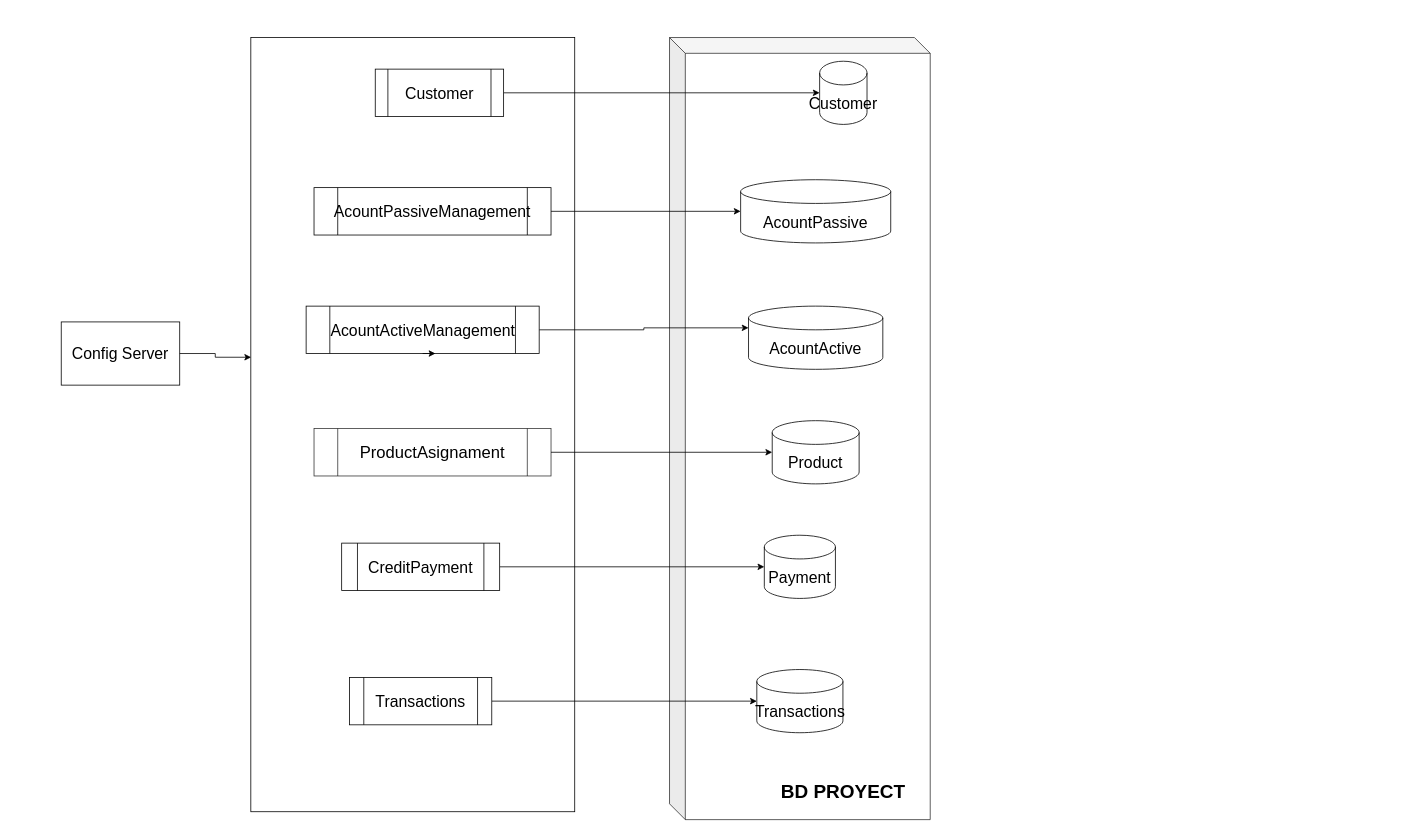
Above: ArquitectureMicroservice.drawio in MEgusquiza/InitialVersionProject (draw.io), before the change. Source tidied: cells renumbered, new cells numbered last; positions are measured from the earlier drawing's top-left corner, leaving out a move shared by most shapes. Both pictures are drawn from the tidied source at 79%, with x=0, y=0 at pixel (61, 37).
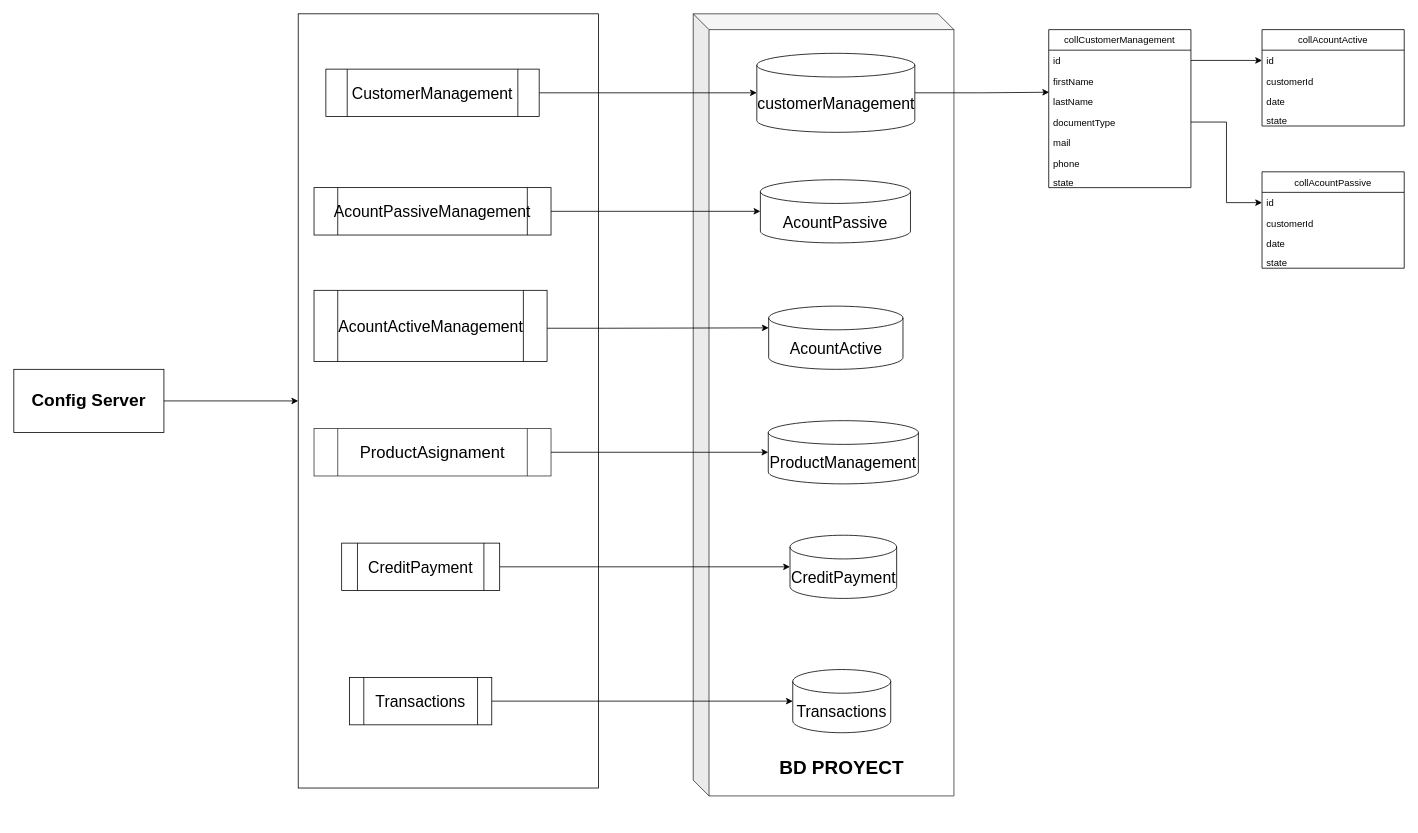
The same diagram, later.

Commit message (it also covers changes not shown here):
se añade script de BD y nuevo diagrama de arquitectura de micro servicio

Change to the diagram source:
```diff
@@
     <mxCell id="2" style="edgeStyle=orthogonalEdgeStyle;rounded=0;jettySize=auto;html=1;entryX=0;entryY=0;entryDx=0;entryDy=27.5;entryPerimeter=0;" parent="1" edge="1" source="3" target="11">
-      <mxGeometry relative="1" as="geometry" />
+      <mxGeometry relative="1" as="geometry">
+        <Array as="points">
+          <mxPoint x="690" y="368" />
+          <mxPoint x="690" y="368" />
+        </Array>
+      </mxGeometry>
     </mxCell>
     <mxCell id="3" value="AcountActiveManagement" style="shape=process;whiteSpace=wrap;html=1;backgroundOutline=1;fontSize=20;" parent="1" vertex="1">
-      <mxGeometry x="310" y="340" width="295" height="60" as="geometry" />
+      <mxGeometry x="320" y="320" width="295" height="90" as="geometry" />
     </mxCell>
@@
-    <mxCell id="7" value="Customer" style="shape=process;whiteSpace=wrap;html=1;backgroundOutline=1;fontSize=20;" parent="1" vertex="1">
-      <mxGeometry x="397.5" y="40" width="162.5" height="60" as="geometry" />
+    <mxCell id="7" value="CustomerManagement" style="shape=process;whiteSpace=wrap;html=1;backgroundOutline=1;fontSize=20;" parent="1" vertex="1">
+      <mxGeometry x="335" y="40" width="270" height="60" as="geometry" />
     </mxCell>
@@
+    <mxCell id="26" style="edgeStyle=orthogonalEdgeStyle;rounded=0;jettySize=auto;html=1;entryX=0.003;entryY=0.049;entryDx=0;entryDy=0;entryPerimeter=0;" parent="1" edge="1" source="10" target="30">
+      <mxGeometry relative="1" as="geometry" />
+    </mxCell>
-    <mxCell id="10" value="&lt;font style=&quot;font-size: 20px&quot;&gt;Customer&lt;/font&gt;" style="shape=cylinder3;whiteSpace=wrap;html=1;boundedLbl=1;backgroundOutline=1;size=15;" parent="1" vertex="1">
-      <mxGeometry x="960" y="30" width="60" height="80" as="geometry" />
+    <mxCell id="10" value="&lt;font style=&quot;font-size: 20px&quot;&gt;customerManagement&lt;/font&gt;" style="shape=cylinder3;whiteSpace=wrap;html=1;boundedLbl=1;backgroundOutline=1;size=15;" parent="1" vertex="1">
+      <mxGeometry x="880.5" y="20" width="200" height="100" as="geometry" />
     </mxCell>
     <mxCell id="11" value="&lt;font style=&quot;font-size: 20px&quot;&gt;AcountActive&lt;/font&gt;" style="shape=cylinder3;whiteSpace=wrap;html=1;boundedLbl=1;backgroundOutline=1;size=15;" parent="1" vertex="1">
-      <mxGeometry x="870" y="340" width="170" height="80" as="geometry" />
+      <mxGeometry x="895.5" y="340" width="170" height="80" as="geometry" />
     </mxCell>
-    <mxCell id="12" value="&lt;font style=&quot;font-size: 20px&quot;&gt;Product&lt;/font&gt;" style="shape=cylinder3;whiteSpace=wrap;html=1;boundedLbl=1;backgroundOutline=1;size=15;strokeWidth=1;" parent="1" vertex="1">
-      <mxGeometry x="900" y="485" width="110" height="80" as="geometry" />
+    <mxCell id="12" value="&lt;font style=&quot;font-size: 20px&quot;&gt;ProductManagement&lt;/font&gt;" style="shape=cylinder3;whiteSpace=wrap;html=1;boundedLbl=1;backgroundOutline=1;size=15;strokeWidth=1;" parent="1" vertex="1">
+      <mxGeometry x="895" y="485" width="190" height="80" as="geometry" />
     </mxCell>
-    <mxCell id="13" value="&lt;font style=&quot;font-size: 20px&quot;&gt;Payment&lt;/font&gt;" style="shape=cylinder3;whiteSpace=wrap;html=1;boundedLbl=1;backgroundOutline=1;size=15;" parent="1" vertex="1">
-      <mxGeometry x="890" y="630" width="90" height="80" as="geometry" />
+    <mxCell id="13" value="&lt;font style=&quot;font-size: 20px&quot;&gt;CreditPayment&lt;/font&gt;" style="shape=cylinder3;whiteSpace=wrap;html=1;boundedLbl=1;backgroundOutline=1;size=15;" parent="1" vertex="1">
+      <mxGeometry x="922.5" y="630" width="135" height="80" as="geometry" />
     </mxCell>
     <mxCell id="14" value="&lt;font style=&quot;font-size: 20px&quot;&gt;AcountPassive&lt;/font&gt;" style="shape=cylinder3;whiteSpace=wrap;html=1;boundedLbl=1;backgroundOutline=1;size=15;" parent="1" vertex="1">
-      <mxGeometry x="860" y="180" width="190" height="80" as="geometry" />
+      <mxGeometry x="885" y="180" width="190" height="80" as="geometry" />
     </mxCell>
-    <mxCell id="15" style="edgeStyle=orthogonalEdgeStyle;rounded=0;jettySize=auto;html=1;entryX=0.001;entryY=0.413;entryDx=0;entryDy=0;entryPerimeter=0;" parent="1" edge="1" source="16" target="24">
+    <mxCell id="15" style="edgeStyle=orthogonalEdgeStyle;rounded=0;jettySize=auto;html=1;fontSize=20;strokeWidth=1;" parent="1" edge="1" source="16" target="24">
       <mxGeometry relative="1" as="geometry" />
     </mxCell>
-    <mxCell id="16" value="&lt;font style=&quot;font-size: 20px;&quot;&gt;Config Server&lt;/font&gt;" style="rounded=0;whiteSpace=wrap;html=1;fillColor=none;fontSize=20;" parent="1" vertex="1">
-      <mxGeometry y="360" width="150" height="80" as="geometry" />
+    <mxCell id="16" value="&lt;font size=&quot;1&quot;&gt;&lt;b style=&quot;font-size: 22px&quot;&gt;Config Server&lt;/b&gt;&lt;/font&gt;" style="rounded=0;whiteSpace=wrap;html=1;fillColor=none;fontSize=20;" parent="1" vertex="1">
+      <mxGeometry x="-60" y="420" width="190" height="80" as="geometry" />
     </mxCell>
     <mxCell id="17" style="shape=cube;whiteSpace=wrap;html=1;boundedLbl=1;backgroundOutline=1;darkOpacity=0.05;darkOpacity2=0.1;fillColor=none;opacity=80;fontSize=18;" parent="1" vertex="1">
-      <mxGeometry x="770" width="330" height="990" as="geometry" />
+      <mxGeometry x="800" y="-30" width="330" height="990" as="geometry" />
     </mxCell>
     <mxCell id="18" value="BD PROYECT" style="text;html=1;strokeColor=none;fillColor=none;align=center;verticalAlign=middle;whiteSpace=wrap;rounded=0;opacity=80;fontSize=24;fontStyle=1;" parent="1" vertex="1">
-      <mxGeometry x="905" y="930" width="170" height="50" as="geometry" />
+      <mxGeometry x="903" y="900" width="170" height="50" as="geometry" />
     </mxCell>
@@
-    <mxCell id="23" style="edgeStyle=orthogonalEdgeStyle;rounded=0;orthogonalLoop=1;jettySize=auto;html=1;exitX=0.5;exitY=1;exitDx=0;exitDy=0;entryX=0.555;entryY=0.998;entryDx=0;entryDy=0;entryPerimeter=0;fontSize=20;" parent="1" edge="1" source="3" target="3">
-      <mxGeometry relative="1" as="geometry" />
-    </mxCell>
     <mxCell id="24" style="rounded=0;whiteSpace=wrap;html=1;fillColor=none;" parent="1" vertex="1">
-      <mxGeometry x="240" width="410" height="980" as="geometry" />
+      <mxGeometry x="300" y="-30" width="380" height="980" as="geometry" />
     </mxCell>
     <mxCell id="25" value="&lt;font style=&quot;font-size: 20px&quot;&gt;Transactions&lt;/font&gt;" style="shape=cylinder3;whiteSpace=wrap;html=1;boundedLbl=1;backgroundOutline=1;size=15;strokeWidth=1;fillColor=none;" parent="1" vertex="1">
-      <mxGeometry x="880.5" y="800" width="109" height="80" as="geometry" />
+      <mxGeometry x="926" y="800" width="124" height="80" as="geometry" />
     </mxCell>
+    <mxCell id="27" value="collCustomerManagement" style="swimlane;fontStyle=0;horizontal=1;startSize=26;" parent="1" vertex="1">
+      <mxGeometry x="1250" y="-10" width="180" height="200" as="geometry" />
+    </mxCell>
+    <mxCell id="28" value="id" style="text;strokeColor=none;fillColor=none;align=left;verticalAlign=top;spacingLeft=4;spacingRight=4;overflow=hidden;points=[[0,0.5],[1,0.5]];portConstraint=eastwest;" parent="27" vertex="1">
+      <mxGeometry y="26" width="180" height="26" as="geometry" />
+    </mxCell>
+    <mxCell id="29" value="firstName" style="text;strokeColor=none;fillColor=none;align=left;verticalAlign=top;spacingLeft=4;spacingRight=4;overflow=hidden;" parent="27" vertex="1">
+      <mxGeometry y="52" width="180" height="26" as="geometry" />
+    </mxCell>
+    <mxCell id="30" value="lastName" style="text;strokeColor=none;fillColor=none;align=left;verticalAlign=top;spacingLeft=4;spacingRight=4;overflow=hidden;points=[[0,0.5],[1,0.5]];portConstraint=eastwest;" parent="27" vertex="1">
+      <mxGeometry y="78" width="180" height="26" as="geometry" />
+    </mxCell>
+    <mxCell id="31" value="documentType" style="text;strokeColor=none;fillColor=none;align=left;verticalAlign=top;spacingLeft=4;spacingRight=4;overflow=hidden;points=[[0,0.5],[1,0.5]];portConstraint=eastwest;" parent="27" vertex="1">
+      <mxGeometry y="104" width="180" height="26" as="geometry" />
+    </mxCell>
+    <mxCell id="32" value="mail" style="text;strokeColor=none;fillColor=none;align=left;verticalAlign=top;spacingLeft=4;spacingRight=4;overflow=hidden;" parent="27" vertex="1">
+      <mxGeometry y="130" width="180" height="26" as="geometry" />
+    </mxCell>
+    <mxCell id="33" value="phone" style="text;strokeColor=none;fillColor=none;align=left;verticalAlign=top;spacingLeft=4;spacingRight=4;overflow=hidden;" parent="27" vertex="1">
+      <mxGeometry y="156" width="180" height="24" as="geometry" />
+    </mxCell>
+    <mxCell id="34" value="state" style="text;strokeColor=none;fillColor=none;align=left;verticalAlign=top;spacingLeft=4;spacingRight=4;overflow=hidden;" parent="27" vertex="1">
+      <mxGeometry y="180" width="180" height="20" as="geometry" />
+    </mxCell>
+    <mxCell id="35" value="collAcountPassive" style="swimlane;fontStyle=0;horizontal=1;startSize=26;" parent="1" vertex="1">
+      <mxGeometry x="1520" y="170" width="180" height="122" as="geometry" />
+    </mxCell>
+    <mxCell id="36" value="id" style="text;strokeColor=none;fillColor=none;align=left;verticalAlign=top;spacingLeft=4;spacingRight=4;overflow=hidden;points=[[0,0.5],[1,0.5]];portConstraint=eastwest;" parent="35" vertex="1">
+      <mxGeometry y="26" width="180" height="26" as="geometry" />
+    </mxCell>
+    <mxCell id="37" value="customerId" style="text;strokeColor=none;fillColor=none;align=left;verticalAlign=top;spacingLeft=4;spacingRight=4;overflow=hidden;" parent="35" vertex="1">
+      <mxGeometry y="52" width="180" height="26" as="geometry" />
+    </mxCell>
+    <mxCell id="38" value="date" style="text;strokeColor=none;fillColor=none;align=left;verticalAlign=top;spacingLeft=4;spacingRight=4;overflow=hidden;" parent="35" vertex="1">
+      <mxGeometry y="78" width="180" height="24" as="geometry" />
+    </mxCell>
+    <mxCell id="39" value="state" style="text;strokeColor=none;fillColor=none;align=left;verticalAlign=top;spacingLeft=4;spacingRight=4;overflow=hidden;" parent="35" vertex="1">
+      <mxGeometry y="102" width="180" height="20" as="geometry" />
+    </mxCell>
+    <mxCell id="40" value="collAcountActive" style="swimlane;fontStyle=0;horizontal=1;startSize=26;" parent="1" vertex="1">
+      <mxGeometry x="1520" y="-10" width="180" height="122" as="geometry" />
+    </mxCell>
+    <mxCell id="41" value="id" style="text;strokeColor=none;fillColor=none;align=left;verticalAlign=top;spacingLeft=4;spacingRight=4;overflow=hidden;points=[[0,0.5],[1,0.5]];portConstraint=eastwest;" parent="40" vertex="1">
+      <mxGeometry y="26" width="180" height="26" as="geometry" />
+    </mxCell>
+    <mxCell id="42" value="customerId" style="text;strokeColor=none;fillColor=none;align=left;verticalAlign=top;spacingLeft=4;spacingRight=4;overflow=hidden;" parent="40" vertex="1">
+      <mxGeometry y="52" width="180" height="26" as="geometry" />
+    </mxCell>
+    <mxCell id="43" value="date" style="text;strokeColor=none;fillColor=none;align=left;verticalAlign=top;spacingLeft=4;spacingRight=4;overflow=hidden;" parent="40" vertex="1">
+      <mxGeometry y="78" width="180" height="24" as="geometry" />
+    </mxCell>
+    <mxCell id="44" value="state" style="text;strokeColor=none;fillColor=none;align=left;verticalAlign=top;spacingLeft=4;spacingRight=4;overflow=hidden;" parent="40" vertex="1">
+      <mxGeometry y="102" width="180" height="20" as="geometry" />
+    </mxCell>
+    <mxCell id="45" style="endArrow=classic;html=1;strokeWidth=1;fontSize=20;entryX=0;entryY=0.5;entryDx=0;entryDy=0;" parent="1" edge="1" source="28" target="41">
+      <mxGeometry relative="1" as="geometry" />
+    </mxCell>
+    <mxCell id="46" style="edgeStyle=orthogonalEdgeStyle;rounded=0;jettySize=auto;html=1;fontSize=20;strokeWidth=1;" parent="1" edge="1" source="31" target="36">
+      <mxGeometry relative="1" as="geometry" />
+    </mxCell>
```
